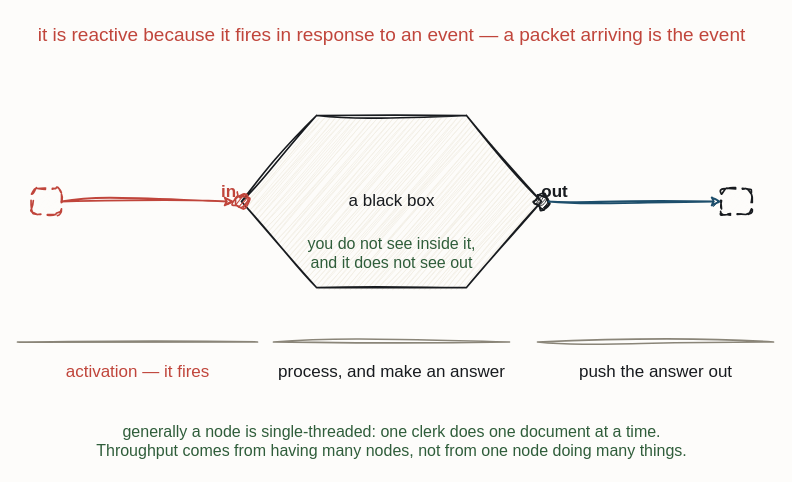
Earlier version of the draw.io diagram resources/flow-node-ports.drawio (iancooper/practical-messaging). Source tidied: cells renumbered, new cells numbered last; positions are measured from the earlier drawing's top-left corner, leaving out a move shared by most shapes. Both pictures are drawn from the tidied source at 100%, with x=0, y=0 at pixel (17, 17).
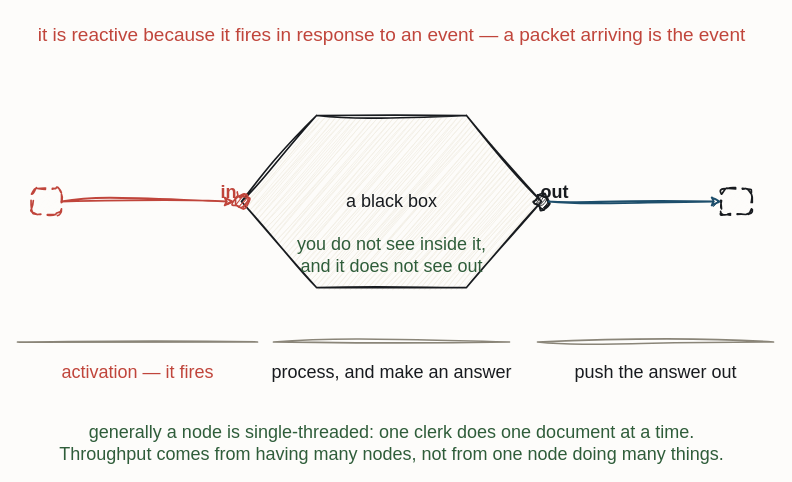
After the change.

Change to the diagram source:
```diff
@@
 <mxGraphModel background="#FDFCFA">
   <root>
     <mxCell id="0" />
     <mxCell id="1" parent="0" />
     <mxCell id="2" value="it is reactive because it fires in response to an event — a packet arriving is the event" style="text;html=1;align=center;fontFamily=Caveat;fontSize=19;fontColor=#C0453B;" parent="1" vertex="1">
       <mxGeometry x="314" width="120" height="20" as="geometry" />
     </mxCell>
-    <mxCell id="3" value="a black box" style="sketch=1;hachureGap=4;jiggle=2;curveFitting=1;fontFamily=Caveat;html=1;shape=hexagon;perimeter=hexagonPerimeter2;strokeColor=#181B1F;strokeWidth=1.7;fillColor=#F3EFE6;fontColor=#181B1F;fontSize=17;" parent="1" vertex="1">
+    <mxCell id="3" value="a black box" style="sketch=1;hachureGap=4;jiggle=2;curveFitting=1;fontFamily=Caveat;html=1;shape=hexagon;perimeter=hexagonPerimeter2;strokeColor=#181B1F;strokeWidth=1.7;fillColor=#F3EFE6;fontColor=#181B1F;fontSize=18;" parent="1" vertex="1">
       <mxGeometry x="224" y="98" width="300" height="172" as="geometry" />
     </mxCell>
     <mxCell id="4" style="sketch=1;hachureGap=4;jiggle=2;curveFitting=1;fontFamily=Caveat;html=1;ellipse;verticalLabelPosition=bottom;verticalAlign=top;strokeColor=#C0453B;strokeWidth=1.7;fillColor=#C0453B;fontColor=#C0453B;fontSize=14;" parent="1" vertex="1">
       <mxGeometry x="217" y="177" width="14" height="14" as="geometry" />
     </mxCell>
-    <mxCell id="5" value="in" style="text;html=1;align=center;fontFamily=Caveat;fontSize=17;fontColor=#C0453B;fontStyle=1;" parent="1" vertex="1">
+    <mxCell id="5" value="in" style="text;html=1;align=center;fontFamily=Caveat;fontSize=18;fontColor=#C0453B;fontStyle=1;" parent="1" vertex="1">
       <mxGeometry x="151" y="158" width="120" height="20" as="geometry" />
     </mxCell>
     <mxCell id="6" style="sketch=1;hachureGap=4;jiggle=2;curveFitting=1;fontFamily=Caveat;html=1;ellipse;verticalLabelPosition=bottom;verticalAlign=top;strokeColor=#181B1F;strokeWidth=1.7;fillColor=#181B1F;fontColor=#181B1F;fontSize=14;" parent="1" vertex="1">
       <mxGeometry x="517" y="177" width="14" height="14" as="geometry" />
     </mxCell>
-    <mxCell id="7" value="out" style="text;html=1;align=center;fontFamily=Caveat;fontSize=17;fontColor=#181B1F;fontStyle=1;" parent="1" vertex="1">
+    <mxCell id="7" value="out" style="text;html=1;align=center;fontFamily=Caveat;fontSize=18;fontColor=#181B1F;fontStyle=1;" parent="1" vertex="1">
       <mxGeometry x="477" y="158" width="120" height="20" as="geometry" />
     </mxCell>
     <mxCell id="8" style="sketch=1;hachureGap=4;jiggle=2;curveFitting=1;fontFamily=Caveat;html=1;rounded=1;arcSize=22;dashed=1;dashPattern=5 4;strokeColor=#C0453B;strokeWidth=1.7;fillColor=#FDFCFA;fontColor=#C0453B;fontSize=13;" parent="1" vertex="1">
       <mxGeometry x="14" y="171" width="30" height="26" as="geometry" />
     </mxCell>
     <mxCell id="9" style="sketch=1;hachureGap=4;jiggle=2;curveFitting=1;fontFamily=Caveat;html=1;rounded=1;arcSize=22;dashed=1;dashPattern=5 4;strokeColor=#181B1F;strokeWidth=1.7;fillColor=#FDFCFA;fontColor=#181B1F;fontSize=13;" parent="1" vertex="1">
       <mxGeometry x="704" y="171" width="30" height="26" as="geometry" />
     </mxCell>
-    <mxCell id="10" value="you do not see inside it,&#10;and it does not see out" style="text;html=1;align=center;fontFamily=Caveat;fontSize=16;fontColor=#2F5D3A;" parent="1" vertex="1">
+    <mxCell id="10" value="you do not see inside it,&#10;and it does not see out" style="text;html=1;align=center;fontFamily=Caveat;fontSize=18;fontColor=#2F5D3A;" parent="1" vertex="1">
       <mxGeometry x="314" y="210" width="120" height="20" as="geometry" />
     </mxCell>
     <mxCell id="11" style="sketch=1;hachureGap=4;jiggle=2;curveFitting=1;fontFamily=Caveat;html=1;shape=line;strokeColor=#8A8578;strokeWidth=1.7;fillColor=none;fontColor=#8A8578;fontSize=13;" parent="1" vertex="1">
       <mxGeometry y="324" width="240" height="1" as="geometry" />
     </mxCell>
-    <mxCell id="12" value="activation — it fires" style="text;html=1;align=center;fontFamily=Caveat;fontSize=17;fontColor=#C0453B;" parent="1" vertex="1">
+    <mxCell id="12" value="activation — it fires" style="text;html=1;align=center;fontFamily=Caveat;fontSize=18;fontColor=#C0453B;" parent="1" vertex="1">
       <mxGeometry x="60" y="338" width="120" height="20" as="geometry" />
     </mxCell>
     <mxCell id="13" style="sketch=1;hachureGap=4;jiggle=2;curveFitting=1;fontFamily=Caveat;html=1;shape=line;strokeColor=#8A8578;strokeWidth=1.7;fillColor=none;fontColor=#8A8578;fontSize=13;" parent="1" vertex="1">
       <mxGeometry x="256" y="324" width="236" height="1" as="geometry" />
     </mxCell>
-    <mxCell id="14" value="process, and make an answer" style="text;html=1;align=center;fontFamily=Caveat;fontSize=17;fontColor=#181B1F;" parent="1" vertex="1">
+    <mxCell id="14" value="process, and make an answer" style="text;html=1;align=center;fontFamily=Caveat;fontSize=18;fontColor=#181B1F;" parent="1" vertex="1">
       <mxGeometry x="314" y="338" width="120" height="20" as="geometry" />
     </mxCell>
     <mxCell id="15" style="sketch=1;hachureGap=4;jiggle=2;curveFitting=1;fontFamily=Caveat;html=1;shape=line;strokeColor=#8A8578;strokeWidth=1.7;fillColor=none;fontColor=#8A8578;fontSize=13;" parent="1" vertex="1">
       <mxGeometry x="520" y="324" width="236" height="1" as="geometry" />
     </mxCell>
-    <mxCell id="16" value="push the answer out" style="text;html=1;align=center;fontFamily=Caveat;fontSize=17;fontColor=#181B1F;" parent="1" vertex="1">
+    <mxCell id="16" value="push the answer out" style="text;html=1;align=center;fontFamily=Caveat;fontSize=18;fontColor=#181B1F;" parent="1" vertex="1">
       <mxGeometry x="578" y="338" width="120" height="20" as="geometry" />
     </mxCell>
-    <mxCell id="17" value="generally a node is single-threaded: one clerk does one document at a time.&#10;Throughput comes from having many nodes, not from one node doing many things." style="text;html=1;align=center;fontFamily=Caveat;fontSize=16;fontColor=#2F5D3A;" parent="1" vertex="1">
+    <mxCell id="17" value="generally a node is single-threaded: one clerk does one document at a time.&#10;Throughput comes from having many nodes, not from one node doing many things." style="text;html=1;align=center;fontFamily=Caveat;fontSize=18;fontColor=#2F5D3A;" parent="1" vertex="1">
       <mxGeometry x="314" y="398" width="120" height="20" as="geometry" />
     </mxCell>
-    <mxCell id="18" style="sketch=1;jiggle=2;curveFitting=1;edgeStyle=none;rounded=0;strokeColor=#C0453B;strokeWidth=1.8;fontFamily=Caveat;fontSize=17;fontColor=#C0453B;html=1;exitX=1.0;exitY=0.5;exitDx=0;exitDy=0;entryX=0.0;entryY=0.5;entryDx=0;entryDy=0;" parent="1" edge="1" source="8" target="4">
+    <mxCell id="18" style="sketch=1;jiggle=2;curveFitting=1;edgeStyle=none;rounded=0;strokeColor=#C0453B;strokeWidth=1.8;fontFamily=Caveat;fontSize=18;fontColor=#C0453B;html=1;exitX=1.0;exitY=0.5;exitDx=0;exitDy=0;entryX=0.0;entryY=0.5;entryDx=0;entryDy=0;" parent="1" edge="1" source="8" target="4">
       <mxGeometry relative="1" as="geometry" />
     </mxCell>
-    <mxCell id="19" style="sketch=1;jiggle=2;curveFitting=1;edgeStyle=none;rounded=0;strokeColor=#1D4E6B;strokeWidth=1.8;fontFamily=Caveat;fontSize=17;fontColor=#1D4E6B;html=1;exitX=1.0;exitY=0.5;exitDx=0;exitDy=0;entryX=0.0;entryY=0.5;entryDx=0;entryDy=0;" parent="1" edge="1" source="6" target="9">
+    <mxCell id="19" style="sketch=1;jiggle=2;curveFitting=1;edgeStyle=none;rounded=0;strokeColor=#1D4E6B;strokeWidth=1.8;fontFamily=Caveat;fontSize=18;fontColor=#1D4E6B;html=1;exitX=1.0;exitY=0.5;exitDx=0;exitDy=0;entryX=0.0;entryY=0.5;entryDx=0;entryDy=0;" parent="1" edge="1" source="6" target="9">
       <mxGeometry relative="1" as="geometry" />
     </mxCell>
   </root>
 </mxGraphModel>
```
